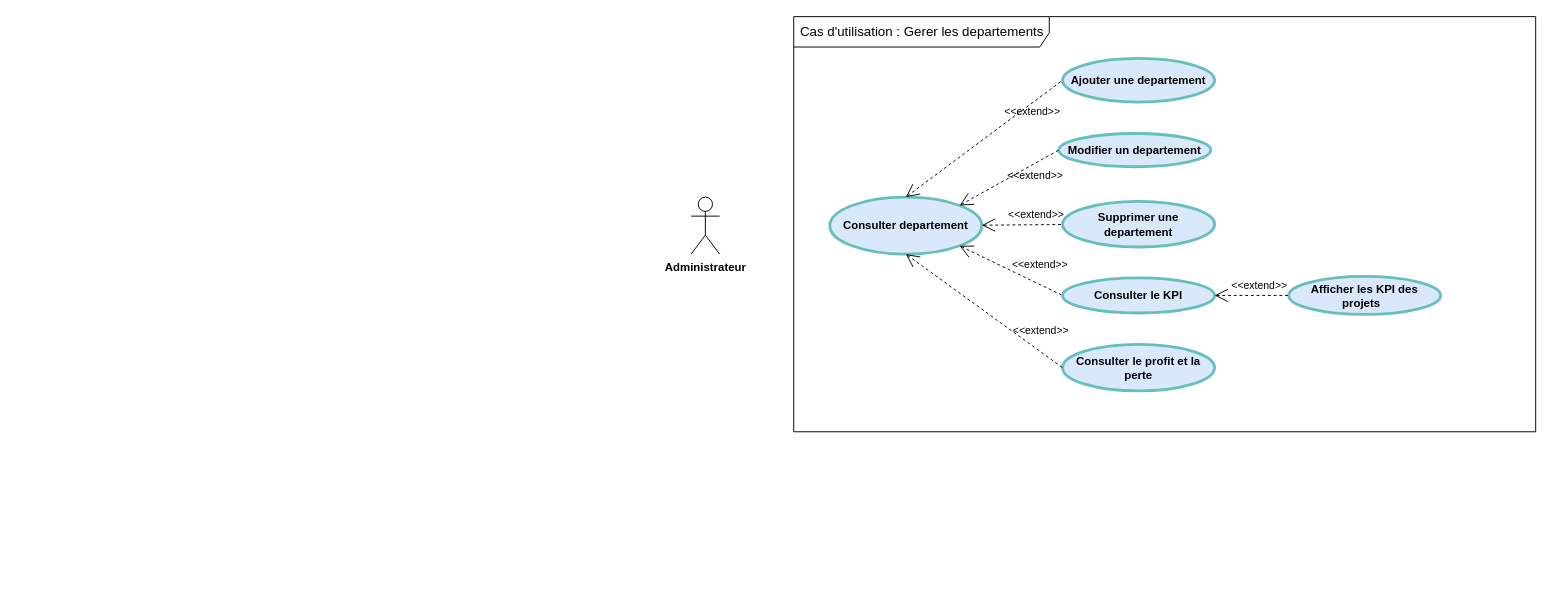
Earlier version of the draw.io diagram Department Use Case.drawio (ZidiMedAmine/UML). Source tidied: cells renumbered, new cells numbered last; positions are measured from the earlier drawing's top-left corner, leaving out a move shared by most shapes. Both pictures are drawn from the tidied source at 95%, with x=0, y=0 at pixel (691, 16).
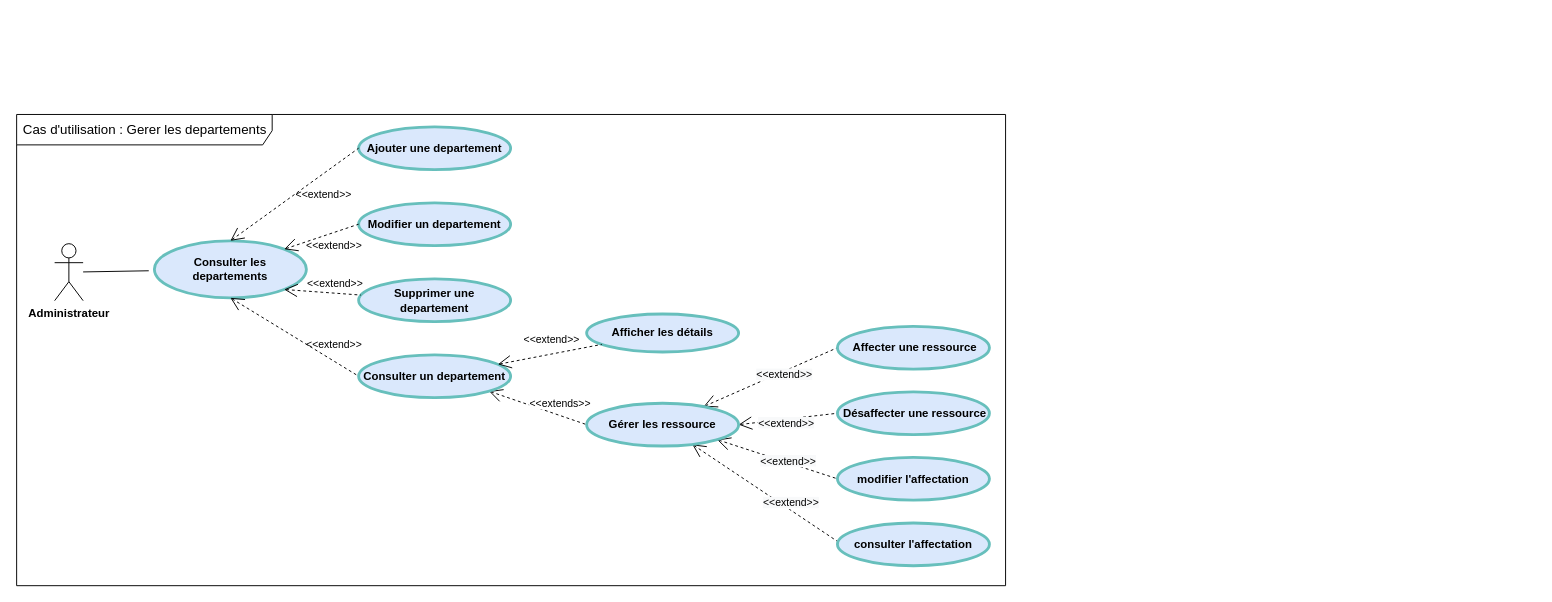
The same diagram, later.

Commit message:
Mettre à jour Department Use Case.drawio

Change to the diagram source:
```diff
@@
     <mxCell id="2" value="Cas d'utilisation : Gerer les departements" style="shape=umlFrame;tabPosition=left;html=1;boundedLbl=1;labelInHeader=1;width=269;height=32;swimlaneFillColor=#ffffff;align=left;spacingLeft=5;fontSize=14;" parent="1" vertex="1">
-      <mxGeometry x="108" width="781" height="437" as="geometry" />
+      <mxGeometry x="-710" y="103" width="1041" height="496" as="geometry" />
     </mxCell>
+    <mxCell id="17" style="edgeStyle=none;rounded=0;jettySize=auto;html=1;endArrow=none;endFill=0;targetPerimeterSpacing=6;" parent="1" edge="1" source="3" target="4">
+      <mxGeometry relative="1" as="geometry" />
+    </mxCell>
     <mxCell id="3" value="&lt;span style=&quot;font-weight: 700&quot;&gt;Administrateur&lt;/span&gt;" style="shape=umlActor;verticalLabelPosition=bottom;verticalAlign=top;html=1;outlineConnect=0;" parent="1" vertex="1">
-      <mxGeometry y="190" width="30" height="60" as="geometry" />
+      <mxGeometry x="-670" y="239" width="30" height="60" as="geometry" />
     </mxCell>
-    <mxCell id="4" value="Consulter departement" style="shape=ellipse;html=1;strokeWidth=3;fontStyle=1;whiteSpace=wrap;align=center;perimeter=ellipsePerimeter;fillColor=#dae8fc;strokeColor=#67BFBC;" parent="1" vertex="1">
-      <mxGeometry x="146" y="190" width="160" height="60" as="geometry" />
+    <mxCell id="4" value="Consulter les departements" style="shape=ellipse;html=1;strokeWidth=3;fontStyle=1;whiteSpace=wrap;align=center;perimeter=ellipsePerimeter;fillColor=#dae8fc;strokeColor=#67BFBC;" parent="1" vertex="1">
+      <mxGeometry x="-565" y="236" width="160" height="60" as="geometry" />
     </mxCell>
     <mxCell id="5" value="Ajouter une departement" style="shape=ellipse;html=1;strokeWidth=3;fontStyle=1;whiteSpace=wrap;align=center;perimeter=ellipsePerimeter;fillColor=#dae8fc;strokeColor=#67BFBC;" parent="1" vertex="1">
-      <mxGeometry x="391" y="44" width="160" height="46" as="geometry" />
+      <mxGeometry x="-350" y="116" width="160" height="45" as="geometry" />
     </mxCell>
     <mxCell id="6" value="Modifier un departement" style="shape=ellipse;html=1;strokeWidth=3;fontStyle=1;whiteSpace=wrap;align=center;perimeter=ellipsePerimeter;fillColor=#dae8fc;strokeColor=#67BFBC;" parent="1" vertex="1">
-      <mxGeometry x="387" y="123" width="160" height="35" as="geometry" />
+      <mxGeometry x="-350" y="196" width="160" height="45" as="geometry" />
     </mxCell>
     <mxCell id="7" value="Supprimer une departement" style="shape=ellipse;html=1;strokeWidth=3;fontStyle=1;whiteSpace=wrap;align=center;perimeter=ellipsePerimeter;fillColor=#dae8fc;strokeColor=#67BFBC;" parent="1" vertex="1">
-      <mxGeometry x="391" y="194.5" width="160" height="48" as="geometry" />
+      <mxGeometry x="-350" y="276" width="160" height="45" as="geometry" />
     </mxCell>
     <mxCell id="8" value="&amp;lt;&amp;lt;extend&amp;gt;&amp;gt;" style="edgeStyle=none;html=1;startArrow=open;endArrow=none;startSize=12;verticalAlign=bottom;dashed=1;labelBackgroundColor=none;rounded=0;entryX=0;entryY=0.5;entryDx=0;entryDy=0;exitX=0.5;exitY=0;exitDx=0;exitDy=0;" parent="1" edge="1" source="4" target="5">
-      <mxGeometry x="0.51" y="-15" relative="1" as="geometry" />
+      <mxGeometry x="0.24" y="-25" relative="1" as="geometry" />
     </mxCell>
     <mxCell id="9" value="&amp;lt;&amp;lt;extend&amp;gt;&amp;gt;" style="edgeStyle=none;html=1;startArrow=open;endArrow=none;startSize=12;verticalAlign=bottom;dashed=1;labelBackgroundColor=none;rounded=0;entryX=0;entryY=0.5;entryDx=0;entryDy=0;exitX=1;exitY=0;exitDx=0;exitDy=0;" parent="1" edge="1" source="4" target="6">
-      <mxGeometry x="0.34" y="-19" relative="1" as="geometry" />
+      <mxGeometry x="0.15" y="-22" relative="1" as="geometry" />
     </mxCell>
-    <mxCell id="10" value="&amp;lt;&amp;lt;extend&amp;gt;&amp;gt;" style="edgeStyle=none;html=1;startArrow=open;endArrow=none;startSize=12;verticalAlign=bottom;dashed=1;labelBackgroundColor=none;rounded=0;entryX=0;entryY=0.5;entryDx=0;entryDy=0;exitX=1;exitY=1;exitDx=0;exitDy=0;" parent="1" edge="1" source="4" target="13">
-      <mxGeometry x="0.46" y="11" relative="1" as="geometry" />
+    <mxCell id="10" value="&amp;lt;&amp;lt;extend&amp;gt;&amp;gt;" style="edgeStyle=none;html=1;startArrow=open;endArrow=none;startSize=12;verticalAlign=bottom;dashed=1;labelBackgroundColor=none;rounded=0;entryX=0;entryY=0.5;entryDx=0;entryDy=0;exitX=0.5;exitY=1;exitDx=0;exitDy=0;" parent="1" edge="1" source="4" target="13">
+      <mxGeometry x="0.56" y="7" relative="1" as="geometry" />
     </mxCell>
-    <mxCell id="11" value="Consulter le&amp;nbsp;profit et la perte" style="shape=ellipse;html=1;strokeWidth=3;fontStyle=1;whiteSpace=wrap;align=center;perimeter=ellipsePerimeter;fillColor=#dae8fc;strokeColor=#67BFBC;" parent="1" vertex="1">
-      <mxGeometry x="391" y="345" width="160" height="49" as="geometry" />
-    </mxCell>
-    <mxCell id="12" value="&amp;lt;&amp;lt;extend&amp;gt;&amp;gt;" style="edgeStyle=none;html=1;startArrow=open;endArrow=none;startSize=12;verticalAlign=bottom;dashed=1;labelBackgroundColor=none;rounded=0;entryX=0;entryY=0.5;entryDx=0;entryDy=0;exitX=0.5;exitY=1;exitDx=0;exitDy=0;" parent="1" edge="1" source="4" target="11">
-      <mxGeometry x="0.65" y="10" relative="1" as="geometry" />
-    </mxCell>
+    <mxCell id="18" style="edgeStyle=none;rounded=0;jettySize=auto;html=1;exitX=1;exitY=1;exitDx=0;exitDy=0;entryX=0;entryY=0.5;entryDx=0;entryDy=0;endArrow=none;endFill=0;targetPerimeterSpacing=6;labelBackgroundColor=none;verticalAlign=bottom;startArrow=open;startSize=12;dashed=1;" parent="1" edge="1" source="13" target="28">
+      <mxGeometry relative="1" as="geometry" />
+    </mxCell>
+    <mxCell id="19" value="&amp;lt;&amp;lt;extends&amp;gt;&amp;gt;" style="edgeLabel;html=1;align=center;verticalAlign=middle;" parent="18" vertex="1">
+      <mxGeometry x="0.21" y="1" relative="1" as="geometry">
+        <mxPoint x="12" y="-8" as="offset" />
+      </mxGeometry>
+    </mxCell>
-    <mxCell id="13" value="Consulter le KPI" style="shape=ellipse;html=1;strokeWidth=3;fontStyle=1;whiteSpace=wrap;align=center;perimeter=ellipsePerimeter;fillColor=#dae8fc;strokeColor=#67BFBC;" parent="1" vertex="1">
-      <mxGeometry x="391" y="275" width="160" height="37" as="geometry" />
+    <mxCell id="13" value="Consulter un departement" style="shape=ellipse;html=1;strokeWidth=3;fontStyle=1;whiteSpace=wrap;align=center;perimeter=ellipsePerimeter;fillColor=#dae8fc;strokeColor=#67BFBC;" parent="1" vertex="1">
+      <mxGeometry x="-350" y="356" width="160" height="45" as="geometry" />
     </mxCell>
-    <mxCell id="14" value="&amp;lt;&amp;lt;extend&amp;gt;&amp;gt;" style="edgeStyle=none;html=1;startArrow=open;endArrow=none;startSize=12;verticalAlign=bottom;dashed=1;labelBackgroundColor=none;rounded=0;" parent="1" edge="1" source="4" target="7">
-      <mxGeometry x="0.34" y="2" relative="1" as="geometry" />
+    <mxCell id="14" value="&amp;lt;&amp;lt;extend&amp;gt;&amp;gt;" style="edgeStyle=none;html=1;startArrow=open;endArrow=none;startSize=12;verticalAlign=bottom;dashed=1;labelBackgroundColor=none;rounded=0;exitX=1;exitY=1;exitDx=0;exitDy=0;" parent="1" edge="1" source="4" target="7">
+      <mxGeometry x="0.32" y="1" relative="1" as="geometry" />
     </mxCell>
-    <mxCell id="15" value="Afficher les KPI des projets&amp;nbsp;&amp;nbsp;" style="shape=ellipse;html=1;strokeWidth=3;fontStyle=1;whiteSpace=wrap;align=center;perimeter=ellipsePerimeter;fillColor=#dae8fc;strokeColor=#67BFBC;" parent="1" vertex="1">
-      <mxGeometry x="629" y="273.5" width="160" height="40" as="geometry" />
+    <mxCell id="15" value="Afficher les détails" style="shape=ellipse;html=1;strokeWidth=3;fontStyle=1;whiteSpace=wrap;align=center;perimeter=ellipsePerimeter;fillColor=#dae8fc;strokeColor=#67BFBC;" parent="1" vertex="1">
+      <mxGeometry x="-110" y="313" width="160" height="40" as="geometry" />
     </mxCell>
     <mxCell id="16" value="&amp;lt;&amp;lt;extend&amp;gt;&amp;gt;" style="edgeStyle=none;html=1;startArrow=open;endArrow=none;startSize=12;verticalAlign=bottom;dashed=1;labelBackgroundColor=none;rounded=0;" parent="1" edge="1" source="13" target="15">
-      <mxGeometry x="0.21" y="2" relative="1" as="geometry" />
+      <mxGeometry x="0.05" y="6" relative="1" as="geometry" />
     </mxCell>
+    <mxCell id="20" style="edgeStyle=none;rounded=0;jettySize=auto;html=1;entryX=0;entryY=0.5;entryDx=0;entryDy=0;endArrow=none;endFill=0;targetPerimeterSpacing=6;labelBackgroundColor=none;verticalAlign=bottom;startArrow=open;startSize=12;dashed=1;" parent="1" edge="1" source="28" target="29">
+      <mxGeometry relative="1" as="geometry" />
+    </mxCell>
+    <mxCell id="21" value="&lt;span style=&quot;background-color: rgb(248, 249, 250);&quot;&gt;&amp;lt;&amp;lt;extend&amp;gt;&amp;gt;&lt;/span&gt;" style="edgeLabel;html=1;align=center;verticalAlign=middle;" parent="20" vertex="1">
+      <mxGeometry x="0.06" y="-2" relative="1" as="geometry">
+        <mxPoint x="9" y="-3" as="offset" />
+      </mxGeometry>
+    </mxCell>
+    <mxCell id="22" style="edgeStyle=none;rounded=0;jettySize=auto;html=1;exitX=1;exitY=0.5;exitDx=0;exitDy=0;entryX=0;entryY=0.5;entryDx=0;entryDy=0;endArrow=none;endFill=0;targetPerimeterSpacing=6;labelBackgroundColor=none;verticalAlign=bottom;startArrow=open;startSize=12;dashed=1;" parent="1" edge="1" source="28" target="30">
+      <mxGeometry relative="1" as="geometry" />
+    </mxCell>
+    <mxCell id="23" value="&lt;span style=&quot;background-color: rgb(248, 249, 250);&quot;&gt;&amp;lt;&amp;lt;extend&amp;gt;&amp;gt;&lt;/span&gt;" style="edgeLabel;html=1;align=center;verticalAlign=middle;" parent="22" vertex="1">
+      <mxGeometry x="0.15" y="1" relative="1" as="geometry">
+        <mxPoint x="-10" y="6" as="offset" />
+      </mxGeometry>
+    </mxCell>
+    <mxCell id="24" style="edgeStyle=none;rounded=0;jettySize=auto;html=1;exitX=1;exitY=1;exitDx=0;exitDy=0;entryX=0;entryY=0.5;entryDx=0;entryDy=0;endArrow=none;endFill=0;targetPerimeterSpacing=6;labelBackgroundColor=none;verticalAlign=bottom;startArrow=open;startSize=12;dashed=1;" parent="1" edge="1" source="28" target="31">
+      <mxGeometry relative="1" as="geometry" />
+    </mxCell>
+    <mxCell id="25" value="&lt;span style=&quot;background-color: rgb(248, 249, 250);&quot;&gt;&amp;lt;&amp;lt;extend&amp;gt;&amp;gt;&lt;/span&gt;" style="edgeLabel;html=1;align=center;verticalAlign=middle;" parent="24" vertex="1">
+      <mxGeometry x="0.15" y="2" relative="1" as="geometry" />
+    </mxCell>
+    <mxCell id="26" style="edgeStyle=none;rounded=0;jettySize=auto;html=1;entryX=0.008;entryY=0.449;entryDx=0;entryDy=0;entryPerimeter=0;endArrow=none;endFill=0;targetPerimeterSpacing=6;labelBackgroundColor=none;verticalAlign=bottom;startArrow=open;startSize=12;dashed=1;" parent="1" edge="1" source="28" target="32">
+      <mxGeometry relative="1" as="geometry" />
+    </mxCell>
+    <mxCell id="27" value="&lt;span style=&quot;background-color: rgb(248, 249, 250);&quot;&gt;&amp;lt;&amp;lt;extend&amp;gt;&amp;gt;&lt;/span&gt;" style="edgeLabel;html=1;align=center;verticalAlign=middle;" parent="26" vertex="1">
+      <mxGeometry x="0.2" y="-1" relative="1" as="geometry">
+        <mxPoint x="12" y="-1" as="offset" />
+      </mxGeometry>
+    </mxCell>
+    <mxCell id="28" value="Gérer les ressource" style="shape=ellipse;html=1;strokeWidth=3;fontStyle=1;whiteSpace=wrap;align=center;perimeter=ellipsePerimeter;fillColor=#dae8fc;strokeColor=#67BFBC;" parent="1" vertex="1">
+      <mxGeometry x="-110" y="407" width="160" height="45" as="geometry" />
+    </mxCell>
+    <mxCell id="29" value="&amp;nbsp;Affecter une ressource" style="shape=ellipse;html=1;strokeWidth=3;fontStyle=1;whiteSpace=wrap;align=center;perimeter=ellipsePerimeter;fillColor=#dae8fc;strokeColor=#67BFBC;" parent="1" vertex="1">
+      <mxGeometry x="154" y="326" width="160" height="45" as="geometry" />
+    </mxCell>
+    <mxCell id="30" value="&amp;nbsp;Désaffecter une ressource" style="shape=ellipse;html=1;strokeWidth=3;fontStyle=1;whiteSpace=wrap;align=center;perimeter=ellipsePerimeter;fillColor=#dae8fc;strokeColor=#67BFBC;" parent="1" vertex="1">
+      <mxGeometry x="154" y="395" width="160" height="45" as="geometry" />
+    </mxCell>
+    <mxCell id="31" value="modifier l'affectation" style="shape=ellipse;html=1;strokeWidth=3;fontStyle=1;whiteSpace=wrap;align=center;perimeter=ellipsePerimeter;fillColor=#dae8fc;strokeColor=#67BFBC;" parent="1" vertex="1">
+      <mxGeometry x="154" y="464" width="160" height="45" as="geometry" />
+    </mxCell>
+    <mxCell id="32" value="consulter l'affectation" style="shape=ellipse;html=1;strokeWidth=3;fontStyle=1;whiteSpace=wrap;align=center;perimeter=ellipsePerimeter;fillColor=#dae8fc;strokeColor=#67BFBC;" parent="1" vertex="1">
+      <mxGeometry x="154" y="533" width="160" height="45" as="geometry" />
+    </mxCell>
```
